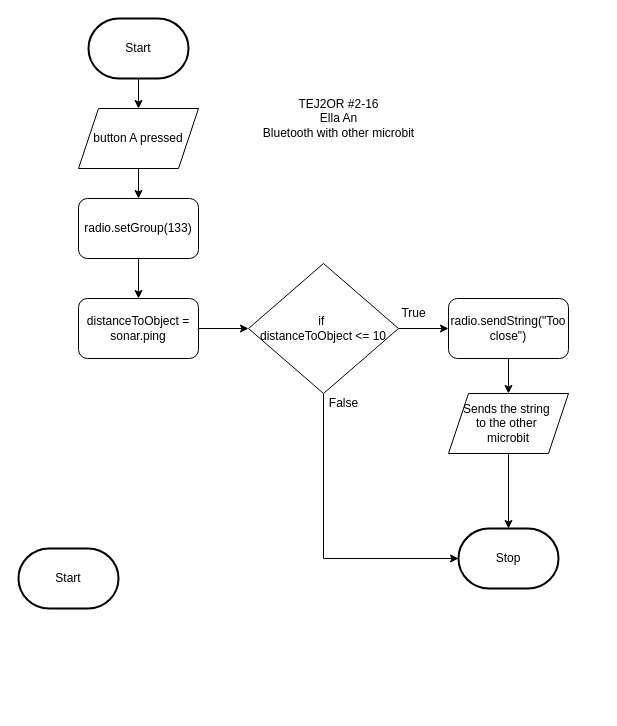
Earlier version of the draw.io diagram design/flowchart.drawio (MTHS-TEJ2O-1-2024/TEJ2O-Unit-2-16B-ella-an2). Source tidied: cells renumbered, new cells numbered last; positions are measured from the earlier drawing's top-left corner, leaving out a move shared by most shapes. Both pictures are drawn from the tidied source at 100%, with x=0, y=0 at pixel (18, 18).
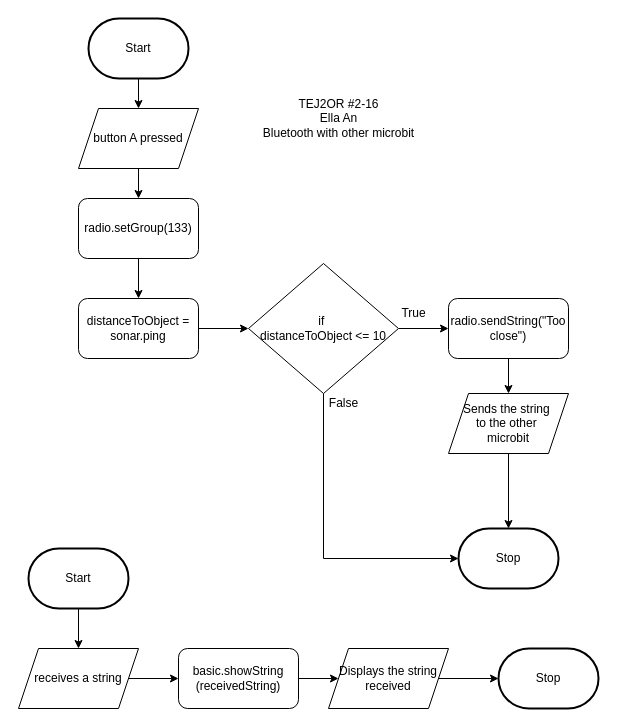
After the change.

The edit, as a diff of the source:
```diff
@@
+    <mxCell id="22" style="edgeStyle=none;html=1;" parent="1" edge="1" source="21" target="24">
+      <mxGeometry relative="1" as="geometry" />
+    </mxCell>
     <mxCell id="21" value="Start" style="strokeWidth=2;html=1;shape=mxgraph.flowchart.terminator;whiteSpace=wrap;" parent="1" vertex="1">
-      <mxGeometry y="530" width="100" height="60" as="geometry" />
+      <mxGeometry x="10" y="530" width="100" height="60" as="geometry" />
     </mxCell>
+    <mxCell id="23" style="edgeStyle=none;html=1;" parent="1" edge="1" source="24" target="26">
+      <mxGeometry relative="1" as="geometry" />
+    </mxCell>
+    <mxCell id="24" value="receives a string" style="shape=parallelogram;perimeter=parallelogramPerimeter;whiteSpace=wrap;html=1;fixedSize=1;" parent="1" vertex="1">
+      <mxGeometry y="630" width="120" height="60" as="geometry" />
+    </mxCell>
+    <mxCell id="25" style="edgeStyle=none;html=1;" parent="1" edge="1" source="26" target="28">
+      <mxGeometry relative="1" as="geometry" />
+    </mxCell>
+    <mxCell id="26" value="basic.showString&lt;br&gt;(receivedString)" style="rounded=1;whiteSpace=wrap;html=1;" parent="1" vertex="1">
+      <mxGeometry x="160" y="630" width="120" height="60" as="geometry" />
+    </mxCell>
+    <mxCell id="27" style="edgeStyle=none;html=1;" parent="1" edge="1" source="28" target="29">
+      <mxGeometry relative="1" as="geometry" />
+    </mxCell>
+    <mxCell id="28" value="Displays the string&lt;br&gt;received" style="shape=parallelogram;perimeter=parallelogramPerimeter;whiteSpace=wrap;html=1;fixedSize=1;" parent="1" vertex="1">
+      <mxGeometry x="310" y="630" width="120" height="60" as="geometry" />
+    </mxCell>
+    <mxCell id="29" value="Stop" style="strokeWidth=2;html=1;shape=mxgraph.flowchart.terminator;whiteSpace=wrap;" parent="1" vertex="1">
+      <mxGeometry x="480" y="630" width="100" height="60" as="geometry" />
+    </mxCell>
```
